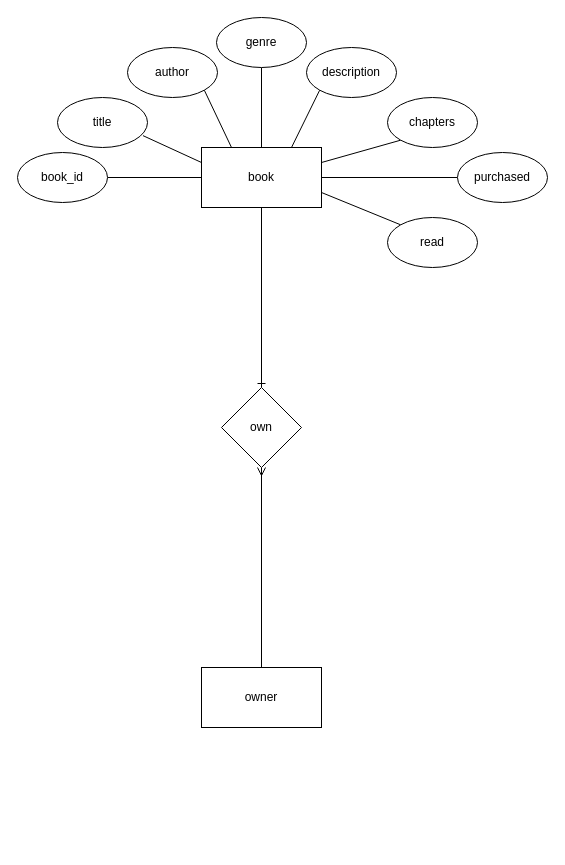
OinkoIT/BE16-DBDev-DAY1-Claus-Christoph keeps this draw.io diagram as page "Page-2" (2 of 3) of claus/books.drawio. Above is the earlier version. Source tidied: cells renumbered, new cells numbered last; positions are measured from the earlier drawing's top-left corner, leaving out a move shared by most shapes. Both pictures are drawn from the tidied source at 100%, with x=0, y=0 at pixel (17, 17).
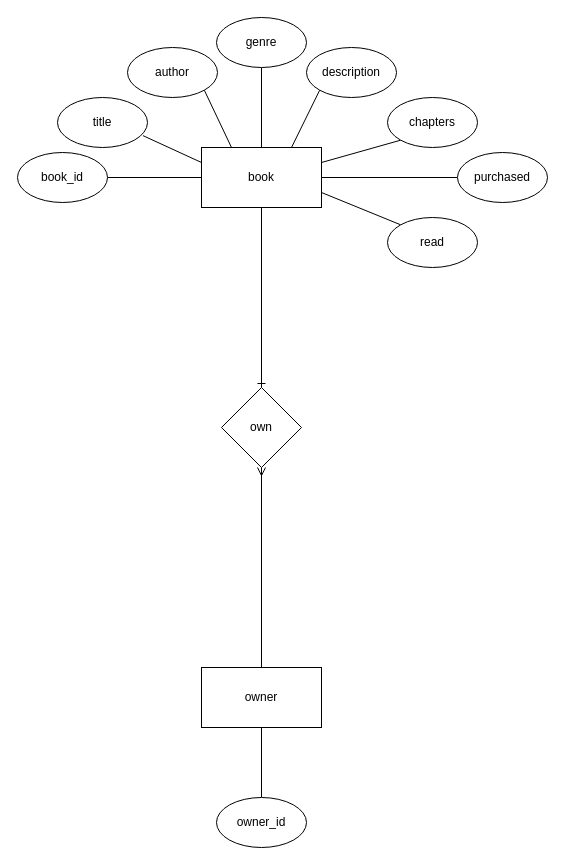
The same page after the edit.

Unchanged cells that the change refers to:
```xml
<mxCell id="13" value="owner" style="rounded=0;whiteSpace=wrap;html=1;" parent="1" vertex="1">
  <mxGeometry x="184" y="650" width="120" height="60" as="geometry" />
</mxCell>
```

Diff of the diagram source:
```diff
@@
+    <mxCell id="23" style="edgeStyle=none;html=1;exitX=0.5;exitY=0;exitDx=0;exitDy=0;entryX=0.5;entryY=1;entryDx=0;entryDy=0;endArrow=none;endFill=0;" parent="1" edge="1" source="24" target="13">
+      <mxGeometry relative="1" as="geometry" />
+    </mxCell>
+    <mxCell id="24" value="owner_id" style="ellipse;whiteSpace=wrap;html=1;" parent="1" vertex="1">
+      <mxGeometry x="199" y="780" width="90" height="50" as="geometry" />
+    </mxCell>
```
